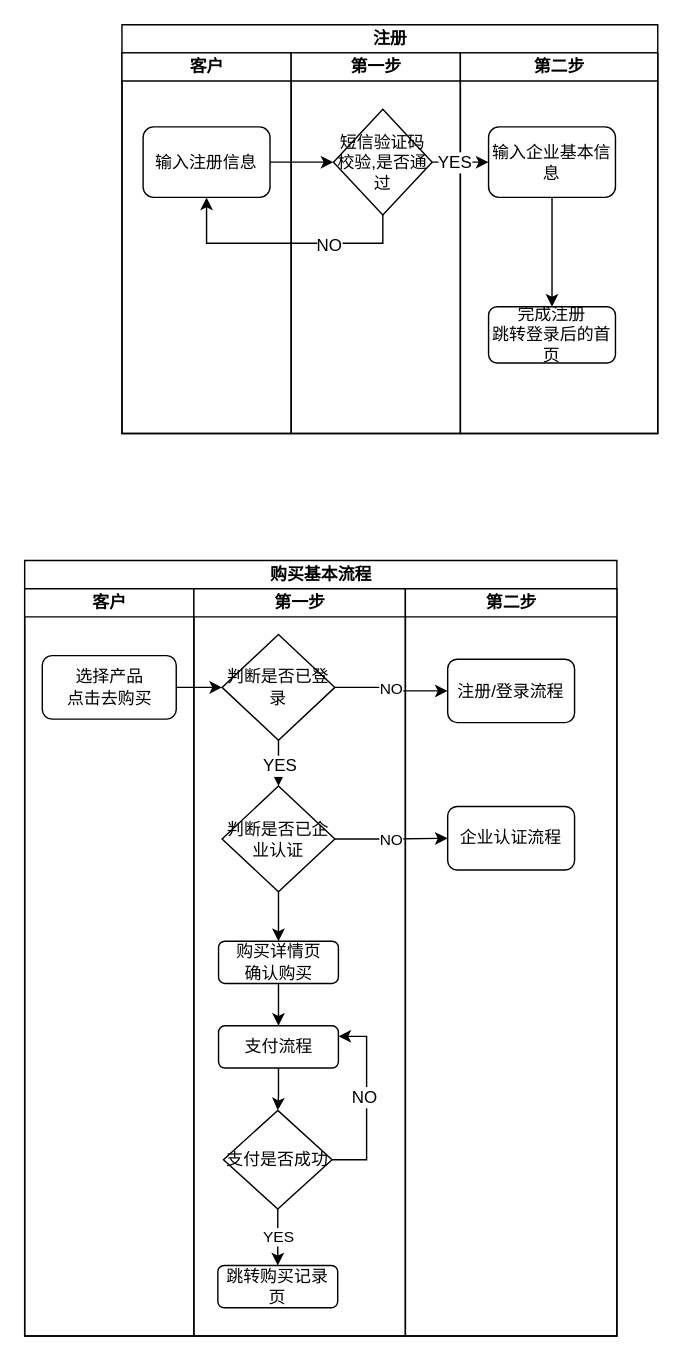
Above: page "Page-1" (1 of 4) of 注册.drawio in janzhou123/mydraw (draw.io), before the change. Source tidied: cells renumbered, new cells numbered last; positions are measured from the earlier drawing's top-left corner, leaving out a move shared by most shapes. Both pictures are drawn from the tidied source at 141%, with x=0, y=0 at pixel (24, 24).
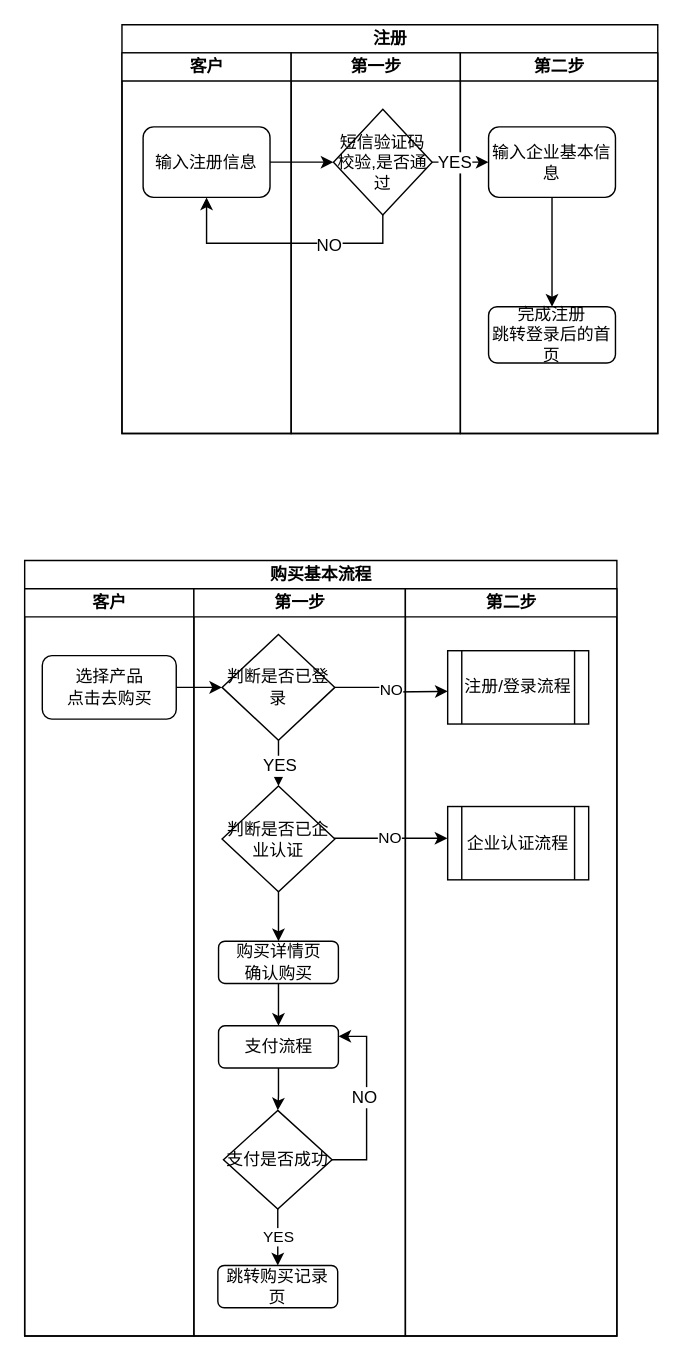
Above is the later version.

Unchanged cells that the change refers to:
```xml
<mxCell id="16" value="购买基本流程" style="swimlane;html=1;startSize=20;" parent="1" vertex="1">
  <mxGeometry y="380" width="420" height="550" as="geometry" />
</mxCell>
<mxCell id="20" value="判断是否已登录" style="rhombus;whiteSpace=wrap;html=1;" parent="19" vertex="1">
  <mxGeometry x="20" y="32.5" width="80" height="75" as="geometry" />
</mxCell>
<mxCell id="22" value="判断是否已企业认证" style="rhombus;whiteSpace=wrap;html=1;" parent="19" vertex="1">
  <mxGeometry x="20" y="140" width="80" height="75" as="geometry" />
</mxCell>
<mxCell id="34" value="第二步" style="swimlane;html=1;startSize=20;" parent="16" vertex="1">
  <mxGeometry x="270" y="20" width="150" height="530" as="geometry" />
</mxCell>
```

The edit, as a diff of the source:
```diff
@@
+    <mxCell id="36" value="&lt;span style=&quot;white-space: normal&quot;&gt;注册/登录流程&lt;/span&gt;" style="shape=process;whiteSpace=wrap;html=1;backgroundOutline=1;" parent="34" vertex="1">
+      <mxGeometry x="30" y="44" width="100" height="52" as="geometry" />
+    </mxCell>
-    <mxCell id="35" value="企业认证流程" style="rounded=1;whiteSpace=wrap;html=1;" parent="34" vertex="1">
-      <mxGeometry x="30" y="154.5" width="90" height="45" as="geometry" />
+    <mxCell id="35" value="企业认证流程" style="shape=process;whiteSpace=wrap;html=1;backgroundOutline=1;" parent="34" vertex="1">
+      <mxGeometry x="30" y="154.5" width="100" height="52" as="geometry" />
     </mxCell>
-    <mxCell id="36" value="注册/登录流程" style="rounded=1;whiteSpace=wrap;html=1;" parent="34" vertex="1">
-      <mxGeometry x="30" y="50" width="90" height="45" as="geometry" />
-    </mxCell>
@@
-    <mxCell id="38" value="NO" style="edgeStyle=orthogonalEdgeStyle;rounded=0;jettySize=auto;html=1;entryX=0;entryY=0.5;entryDx=0;entryDy=0;" parent="16" edge="1" source="22" target="35">
-      <mxGeometry relative="1" as="geometry" />
+    <mxCell id="38" value="NO" style="edgeStyle=orthogonalEdgeStyle;rounded=0;jettySize=auto;html=1;entryX=0;entryY=0.5;entryDx=0;entryDy=0;" parent="16" edge="1" source="22">
+      <mxGeometry relative="1" as="geometry">
+        <mxPoint x="299.8" y="197" as="targetPoint" />
+      </mxGeometry>
     </mxCell>
-    <mxCell id="39" value="NO" style="edgeStyle=orthogonalEdgeStyle;rounded=0;jettySize=auto;html=1;" parent="16" edge="1" source="20" target="36">
-      <mxGeometry relative="1" as="geometry" />
+    <mxCell id="39" value="NO" style="edgeStyle=orthogonalEdgeStyle;rounded=0;jettySize=auto;html=1;" parent="16" edge="1" source="20">
+      <mxGeometry relative="1" as="geometry">
+        <mxPoint x="300" y="92.8" as="targetPoint" />
+      </mxGeometry>
     </mxCell>
```
